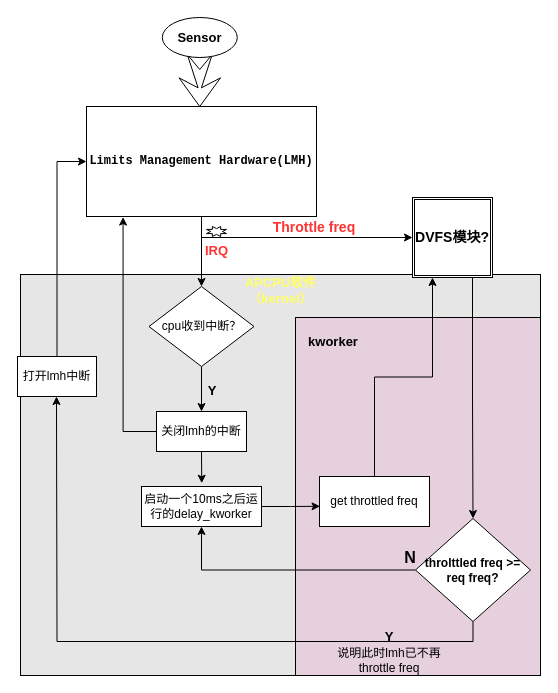
This is lmh.drawio from xw-yan/draw-io, a draw.io file, before an edit. Source tidied: cells renumbered, new cells numbered last; positions are measured from the earlier drawing's top-left corner, leaving out a move shared by most shapes. Both pictures are drawn from the tidied source at 100%, with x=0, y=0 at pixel (17, 17).
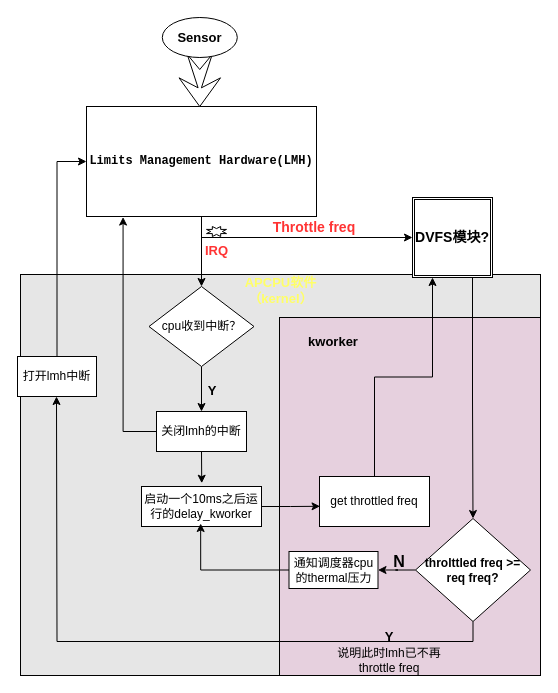
The same diagram, later.

Unchanged cells that the change refers to:
```xml
<mxCell id="15" value="启动一个10ms之后运行的delay_kworker" style="whiteSpace=wrap;html=1;" parent="1" vertex="1">
  <mxGeometry x="124" y="469" width="120" height="40" as="geometry" />
</mxCell>
<mxCell id="18" value="throlttled freq &amp;gt;= req freq?" style="rhombus;whiteSpace=wrap;html=1;fontStyle=1;" parent="1" vertex="1">
  <mxGeometry x="398" y="501" width="115" height="103" as="geometry" />
</mxCell>
```

Change to the diagram source:
```diff
@@
     <mxCell id="3" style="rounded=0;whiteSpace=wrap;html=1;fillColor=#E6D0DE;" parent="1" vertex="1">
-      <mxGeometry x="278" y="300" width="245" height="358" as="geometry" />
+      <mxGeometry x="262" y="300" width="261" height="358" as="geometry" />
     </mxCell>
@@
-    <mxCell id="16" style="edgeStyle=orthogonalEdgeStyle;rounded=0;jettySize=auto;html=1;entryX=0.5;entryY=1;entryDx=0;entryDy=0;" parent="1" edge="1" source="18" target="15">
-      <mxGeometry relative="1" as="geometry" />
-    </mxCell>
@@
+    <mxCell id="32" style="edgeStyle=orthogonalEdgeStyle;rounded=0;jettySize=auto;html=1;" parent="1" edge="1" source="18" target="33">
+      <mxGeometry relative="1" as="geometry" />
+    </mxCell>
@@
     <mxCell id="22" value="N" style="text;html=1;align=center;verticalAlign=middle;whiteSpace=wrap;rounded=0;fontStyle=1;fontSize=16;" parent="1" vertex="1">
-      <mxGeometry x="363" y="525" width="60" height="30" as="geometry" />
+      <mxGeometry x="352" y="529" width="60" height="30" as="geometry" />
     </mxCell>
@@
+    <mxCell id="33" value="通知调度器cpu的thermal压力" style="rounded=0;whiteSpace=wrap;html=1;" parent="1" vertex="1">
+      <mxGeometry x="271.5" y="534" width="89" height="37" as="geometry" />
+    </mxCell>
+    <mxCell id="34" style="edgeStyle=orthogonalEdgeStyle;rounded=0;jettySize=auto;html=1;exitX=0;exitY=0.5;exitDx=0;exitDy=0;entryX=0.493;entryY=0.925;entryDx=0;entryDy=0;entryPerimeter=0;" parent="1" edge="1" source="33" target="15">
+      <mxGeometry relative="1" as="geometry" />
+    </mxCell>
```
